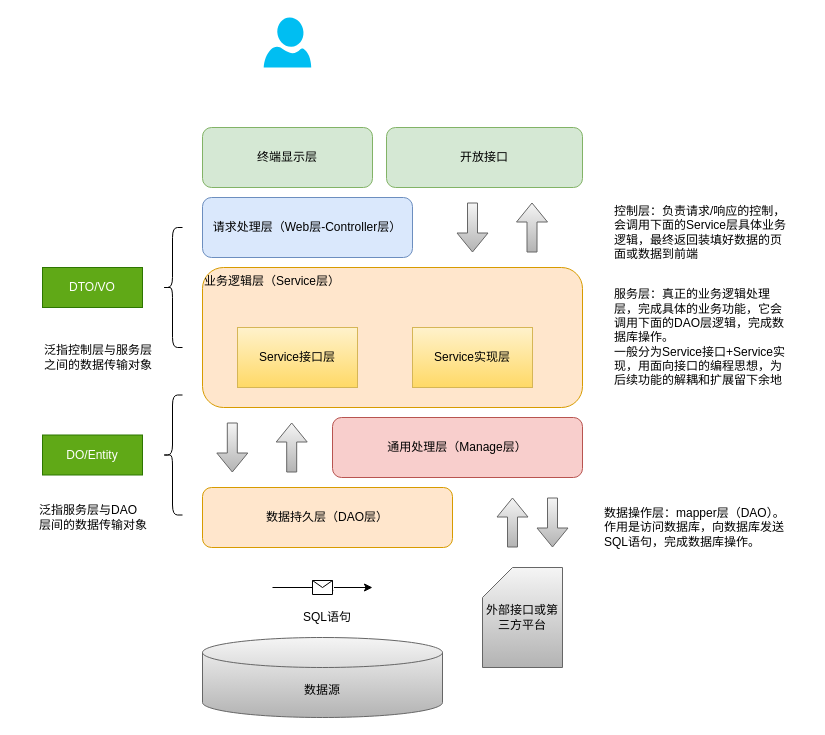
Before: framework/Java项目工程结构.drawio in weihuohuayi/draw.io, a draw.io diagram. Source tidied: cells renumbered, new cells numbered last; positions are measured from the earlier drawing's top-left corner, leaving out a move shared by most shapes. Both pictures are drawn from the tidied source at 100%, with x=0, y=0 at pixel (37, 17).
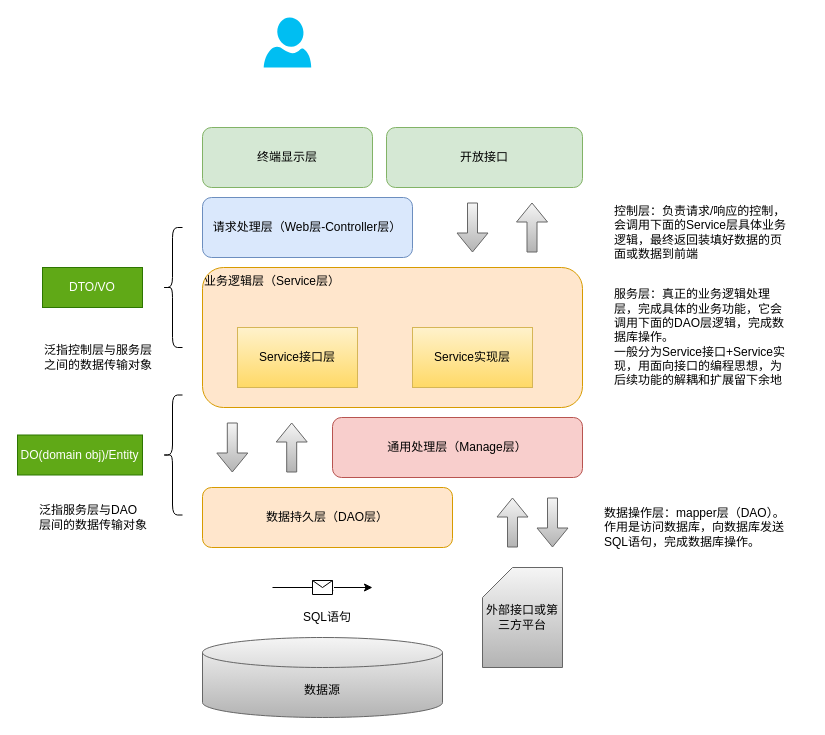
The same diagram, later.

Commit message:
Update Java项目工程结构.drawio

The edit, as a diff of the source:
```diff
@@
-    <mxCell id="29" value="DO/Entity" style="rounded=0;whiteSpace=wrap;html=1;fillColor=#60a917;strokeColor=#2D7600;fontColor=#ffffff;" parent="1" vertex="1">
-      <mxGeometry x="5" y="417.5" width="100" height="40" as="geometry" />
+    <mxCell id="29" value="DO(domain obj)/Entity" style="rounded=0;whiteSpace=wrap;html=1;fillColor=#60a917;strokeColor=#2D7600;fontColor=#ffffff;" parent="1" vertex="1">
+      <mxGeometry x="-20" y="417.5" width="125" height="40" as="geometry" />
     </mxCell>
```
